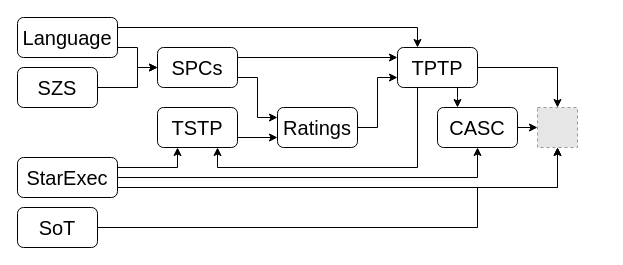
The draw.io diagram Dependencies.drawio in GeoffsPapers/SteppingStones, before the edit. Source tidied: cells renumbered, new cells numbered last; positions are measured from the earlier drawing's top-left corner, leaving out a move shared by most shapes. Both pictures are drawn from the tidied source at 100%, with x=0, y=0 at pixel (17, 17). Pictures stored in the file or linked from it are replaced by grey dashed boxes.
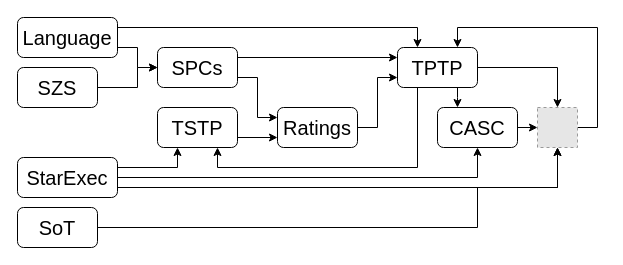
After the change.

Unchanged cells that the change refers to:
```xml
<mxCell id="9" style="rounded=1;whiteSpace=wrap;html=1;" parent="8" vertex="1">
  <mxGeometry width="80" height="40" as="geometry" />
</mxCell>
<mxCell id="39" style="fillColor=#E6E6E6;strokeColor=#999999;dashed=1;verticalLabelPosition=bottom;labelBackgroundColor=default;verticalAlign=top;" parent="1" vertex="1">
  <mxGeometry x="520" y="90" width="40" height="40" as="geometry" />
</mxCell>
```

The edit, as a diff of the source:
```diff
@@
+    <mxCell id="45" style="edgeStyle=orthogonalEdgeStyle;rounded=0;jettySize=auto;html=1;exitX=1;exitY=0.5;exitDx=0;exitDy=0;entryX=0.75;entryY=0;entryDx=0;entryDy=0;" parent="1" edge="1" source="39" target="9">
+      <mxGeometry relative="1" as="geometry" />
+    </mxCell>
```
